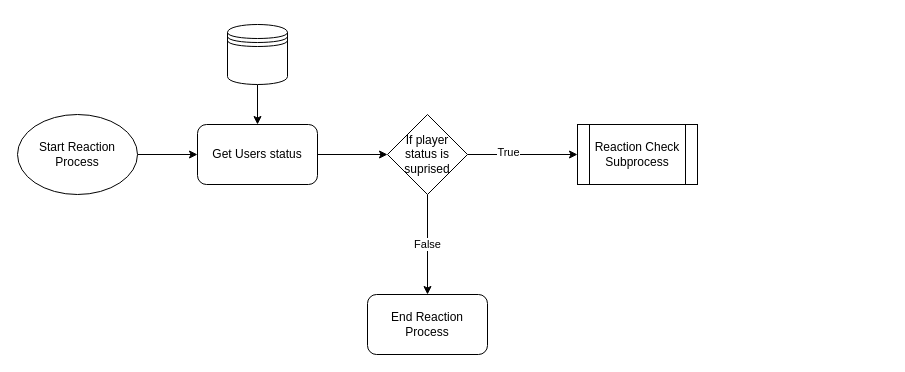
RPG-Research/bcirpg keeps this draw.io diagram as Wireframes/5E Diagrams/Reaction Processes/ProjectIllmatarReactionProcess4.11.2021.drawio. Above is the earlier version. Source tidied: cells renumbered, new cells numbered last; positions are measured from the earlier drawing's top-left corner, leaving out a move shared by most shapes. Both pictures are drawn from the tidied source at 100%, with x=0, y=0 at pixel (17, 24).
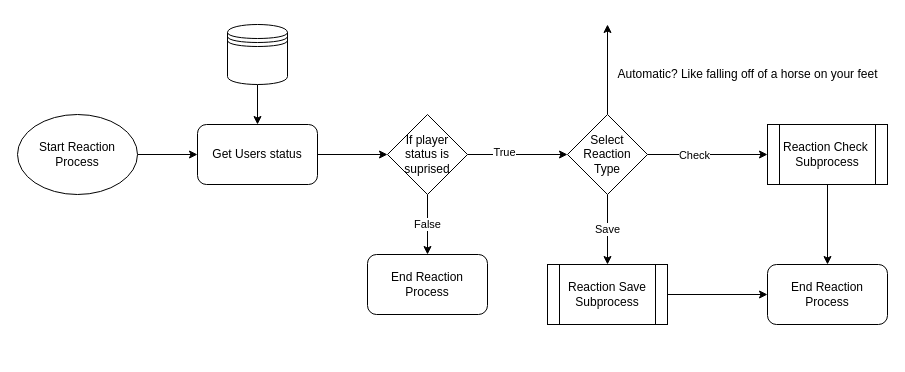
The same diagram, later.

Commit message:
Pushed updated version of reaction subprocess

Unchanged cells that the change refers to:
```xml
<mxCell id="11" value="If player status is suprised" style="rhombus;whiteSpace=wrap;html=1;" parent="1" vertex="1">
  <mxGeometry x="370" y="90" width="80" height="80" as="geometry" />
</mxCell>
```

Change to the diagram source:
```diff
@@
-    <mxCell id="8" style="edgeStyle=orthogonalEdgeStyle;rounded=0;jettySize=auto;html=1;entryX=0;entryY=0.5;entryDx=0;entryDy=0;" parent="1" edge="1" source="11" target="12">
+    <mxCell id="8" style="edgeStyle=orthogonalEdgeStyle;rounded=0;jettySize=auto;html=1;entryX=0;entryY=0.5;entryDx=0;entryDy=0;" parent="1" edge="1" source="11" target="18">
       <mxGeometry relative="1" as="geometry" />
     </mxCell>
@@
+    <mxCell id="13" value="End Reaction Process" style="rounded=1;whiteSpace=wrap;html=1;" parent="1" vertex="1">
+      <mxGeometry x="350" y="230" width="120" height="60" as="geometry" />
+    </mxCell>
+    <mxCell id="14" style="edgeStyle=orthogonalEdgeStyle;rounded=0;jettySize=auto;html=1;entryX=0;entryY=0.5;entryDx=0;entryDy=0;" parent="1" edge="1" source="18" target="12">
+      <mxGeometry relative="1" as="geometry" />
+    </mxCell>
+    <mxCell id="15" value="Check" style="edgeLabel;html=1;align=center;verticalAlign=middle;" parent="14" vertex="1">
+      <mxGeometry x="-0.24" relative="1" as="geometry" />
+    </mxCell>
+    <mxCell id="16" value="Save" style="edgeStyle=orthogonalEdgeStyle;rounded=0;jettySize=auto;html=1;exitX=0.5;exitY=1;exitDx=0;exitDy=0;entryX=0.5;entryY=0;entryDx=0;entryDy=0;" parent="1" edge="1" source="18" target="22">
+      <mxGeometry relative="1" as="geometry" />
+    </mxCell>
+    <mxCell id="17" style="edgeStyle=orthogonalEdgeStyle;rounded=0;jettySize=auto;html=1;exitX=0.5;exitY=0;exitDx=0;exitDy=0;" parent="1" edge="1" source="18">
+      <mxGeometry relative="1" as="geometry">
+        <mxPoint x="590" as="targetPoint" />
+      </mxGeometry>
+    </mxCell>
+    <mxCell id="18" value="Select Reaction&lt;br&gt;Type" style="rhombus;whiteSpace=wrap;html=1;" parent="1" vertex="1">
+      <mxGeometry x="550" y="90" width="80" height="80" as="geometry" />
+    </mxCell>
+    <mxCell id="19" value="Automatic? Like falling off of a horse on your feet" style="text;html=1;align=center;verticalAlign=middle;" parent="1" vertex="1">
+      <mxGeometry x="590" y="40" width="280" height="20" as="geometry" />
+    </mxCell>
+    <mxCell id="20" style="edgeStyle=orthogonalEdgeStyle;rounded=0;jettySize=auto;html=1;exitX=0.5;exitY=1;exitDx=0;exitDy=0;entryX=0.5;entryY=0;entryDx=0;entryDy=0;" parent="1" edge="1" source="12" target="23">
+      <mxGeometry relative="1" as="geometry" />
+    </mxCell>
-    <mxCell id="12" value="Reaction Check Subprocess" style="shape=process;whiteSpace=wrap;html=1;backgroundOutline=1;" parent="1" vertex="1">
-      <mxGeometry x="560" y="100" width="120" height="60" as="geometry" />
+    <mxCell id="12" value="Reaction Check&amp;nbsp;&lt;br&gt;Subprocess" style="shape=process;whiteSpace=wrap;html=1;backgroundOutline=1;" parent="1" vertex="1">
+      <mxGeometry x="750" y="100" width="120" height="60" as="geometry" />
     </mxCell>
-    <mxCell id="13" value="End Reaction Process" style="rounded=1;whiteSpace=wrap;html=1;" parent="1" vertex="1">
-      <mxGeometry x="350" y="270" width="120" height="60" as="geometry" />
-    </mxCell>
+    <mxCell id="21" style="edgeStyle=orthogonalEdgeStyle;rounded=0;jettySize=auto;html=1;exitX=1;exitY=0.5;exitDx=0;exitDy=0;" parent="1" edge="1" source="22" target="23">
+      <mxGeometry relative="1" as="geometry" />
+    </mxCell>
+    <mxCell id="22" value="Reaction Save Subprocess" style="shape=process;whiteSpace=wrap;html=1;backgroundOutline=1;" parent="1" vertex="1">
+      <mxGeometry x="530" y="240" width="120" height="60" as="geometry" />
+    </mxCell>
+    <mxCell id="23" value="End Reaction Process" style="rounded=1;whiteSpace=wrap;html=1;" parent="1" vertex="1">
+      <mxGeometry x="750" y="240" width="120" height="60" as="geometry" />
+    </mxCell>
```
